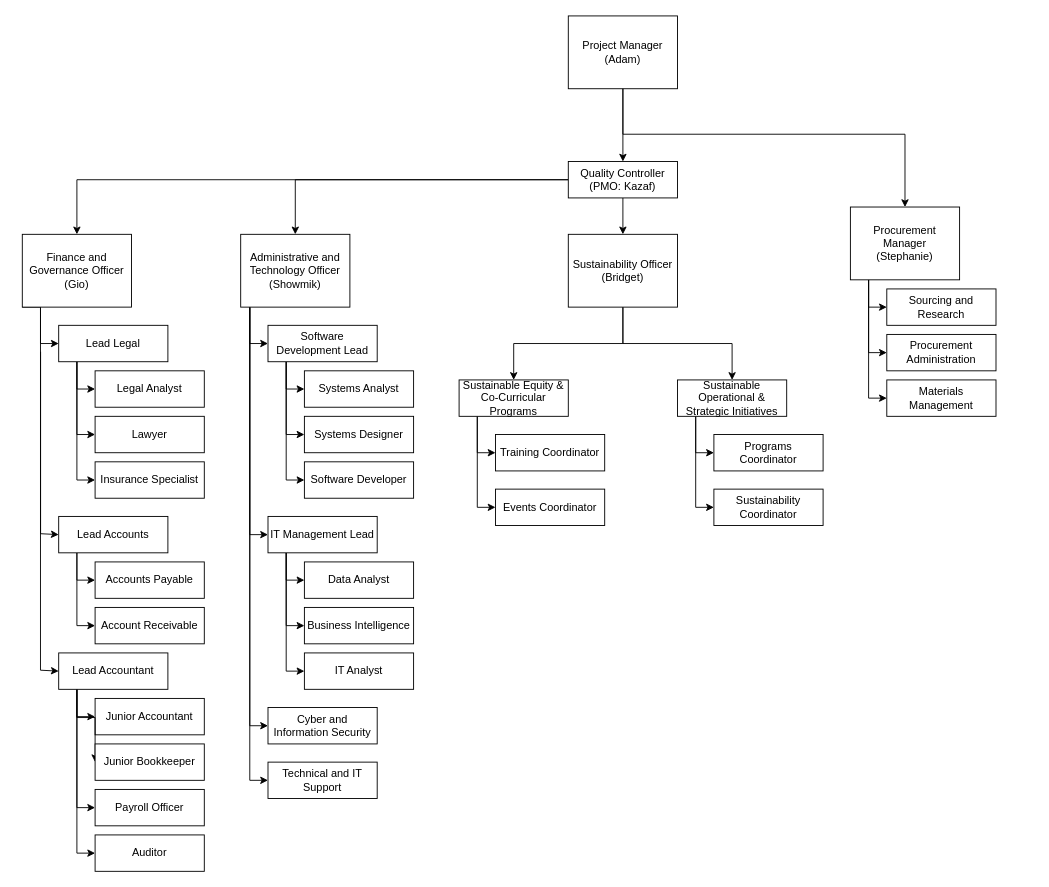
Earlier version of the draw.io diagram page "OBS" (2 of 3) of Untitled Diagram.drawio (adamyie/PORTFOLIO-python_studies_projects). Source tidied: cells renumbered, new cells numbered last; positions are measured from the earlier drawing's top-left corner, leaving out a move shared by most shapes. Both pictures are drawn from the tidied source at 91%, with x=0, y=0 at pixel (22, 15).
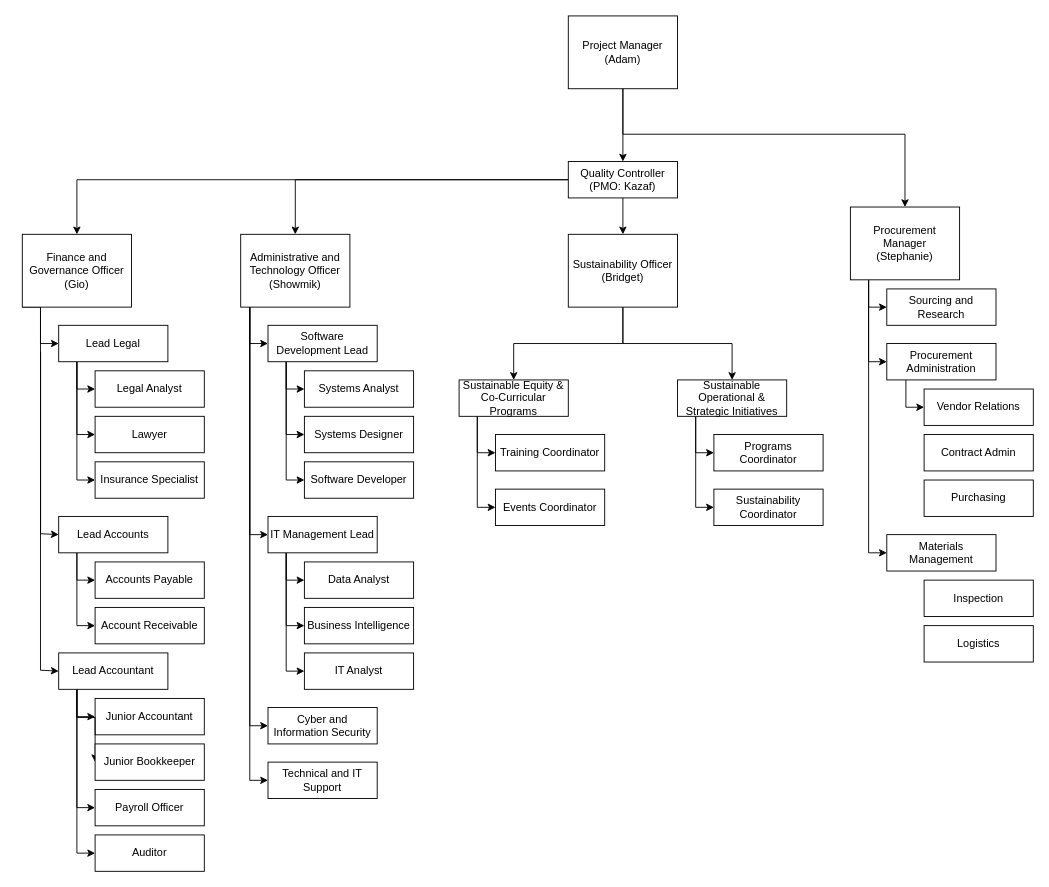
The same page after the edit.

The change refers to these unchanged cells:
```xml
<mxCell id="12" value="&lt;div&gt;Procurement Manager&lt;/div&gt;(Stephanie)" style="rounded=0;whiteSpace=wrap;html=1;" parent="1" vertex="1">
  <mxGeometry x="910" y="210" width="120" height="80" as="geometry" />
</mxCell>
```

Change to the diagram source:
```diff
@@
     <mxCell id="10" style="edgeStyle=orthogonalEdgeStyle;rounded=0;jettySize=auto;html=1;entryX=0;entryY=0.5;entryDx=0;entryDy=0;" parent="1" edge="1" source="12" target="78">
       <mxGeometry relative="1" as="geometry">
         <Array as="points">
-          <mxPoint x="930" y="370" />
+          <mxPoint x="930" y="380" />
         </Array>
       </mxGeometry>
     </mxCell>
     <mxCell id="11" style="edgeStyle=orthogonalEdgeStyle;rounded=0;jettySize=auto;html=1;entryX=0;entryY=0.5;entryDx=0;entryDy=0;" parent="1" edge="1" source="12" target="79">
       <mxGeometry relative="1" as="geometry">
         <Array as="points">
-          <mxPoint x="930" y="420" />
+          <mxPoint x="930" y="590" />
         </Array>
       </mxGeometry>
     </mxCell>
@@
+    <mxCell id="80" style="edgeStyle=orthogonalEdgeStyle;rounded=0;jettySize=auto;html=1;entryX=0;entryY=0.5;entryDx=0;entryDy=0;" parent="1" edge="1" source="78" target="81">
+      <mxGeometry relative="1" as="geometry">
+        <Array as="points">
+          <mxPoint x="971" y="430" />
+        </Array>
+      </mxGeometry>
+    </mxCell>
     <mxCell id="78" value="Procurement Administration" style="rounded=0;whiteSpace=wrap;html=1;" parent="1" vertex="1">
-      <mxGeometry x="950" y="350" width="120" height="40" as="geometry" />
+      <mxGeometry x="950" y="360" width="120" height="40" as="geometry" />
     </mxCell>
     <mxCell id="79" value="Materials Management" style="rounded=0;whiteSpace=wrap;html=1;" parent="1" vertex="1">
-      <mxGeometry x="950" y="400" width="120" height="40" as="geometry" />
+      <mxGeometry x="950" y="570" width="120" height="40" as="geometry" />
     </mxCell>
+    <mxCell id="81" value="Vendor Relations" style="rounded=0;whiteSpace=wrap;html=1;" parent="1" vertex="1">
+      <mxGeometry x="991" y="410" width="120" height="40" as="geometry" />
+    </mxCell>
+    <mxCell id="82" value="Contract Admin" style="rounded=0;whiteSpace=wrap;html=1;" parent="1" vertex="1">
+      <mxGeometry x="991" y="460" width="120" height="40" as="geometry" />
+    </mxCell>
+    <mxCell id="83" value="Purchasing" style="rounded=0;whiteSpace=wrap;html=1;" parent="1" vertex="1">
+      <mxGeometry x="991" y="510" width="120" height="40" as="geometry" />
+    </mxCell>
+    <mxCell id="84" value="Inspection" style="rounded=0;whiteSpace=wrap;html=1;" parent="1" vertex="1">
+      <mxGeometry x="991" y="620" width="120" height="40" as="geometry" />
+    </mxCell>
+    <mxCell id="85" value="Logistics" style="rounded=0;whiteSpace=wrap;html=1;" parent="1" vertex="1">
+      <mxGeometry x="991" y="670" width="120" height="40" as="geometry" />
+    </mxCell>
```
